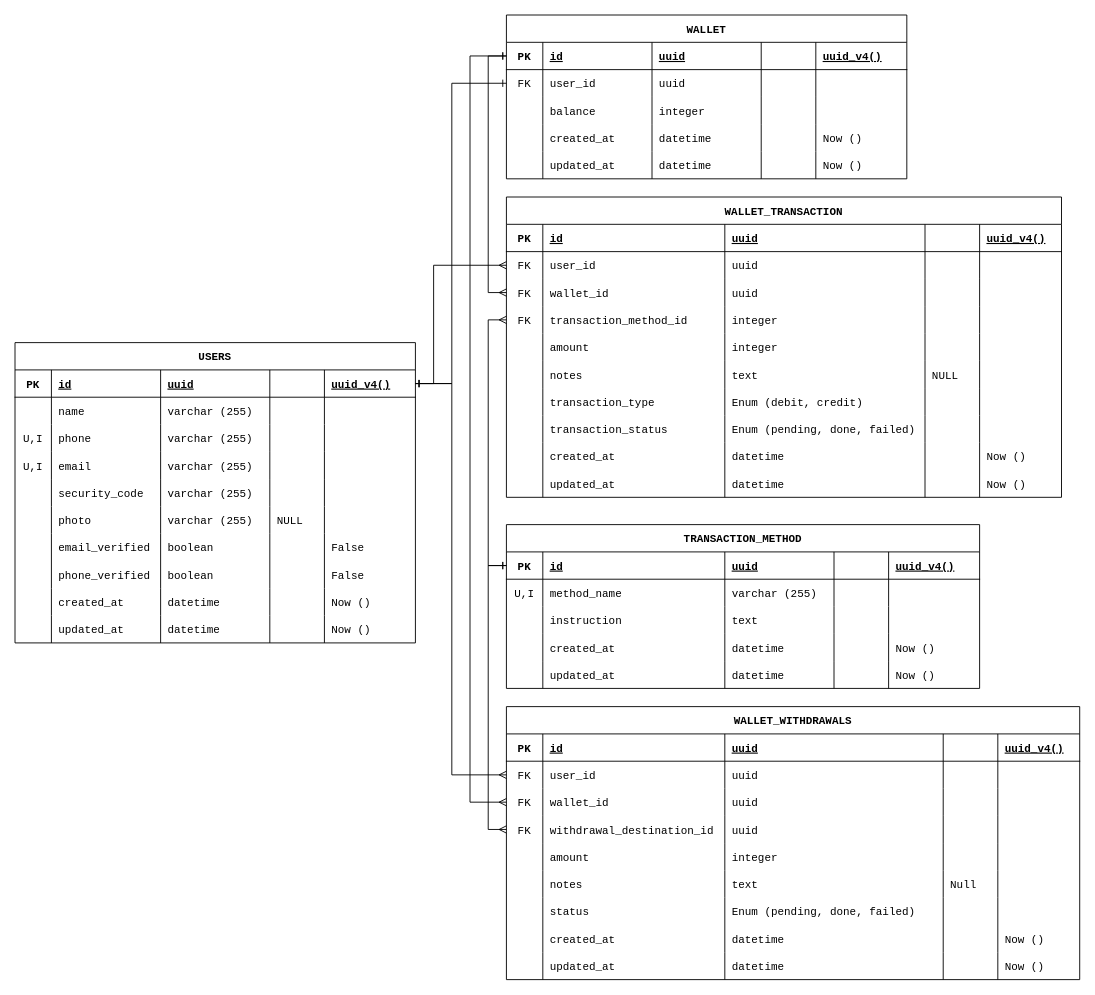
Above: requirements/Database ERD.drawio in foxxxesky/Final-Projects-Backend-OVO (draw.io), before the change. Source tidied: cells renumbered, new cells numbered last; positions are measured from the earlier drawing's top-left corner, leaving out a move shared by most shapes. Both pictures are drawn from the tidied source at 91%, with x=0, y=0 at pixel (15, 15).
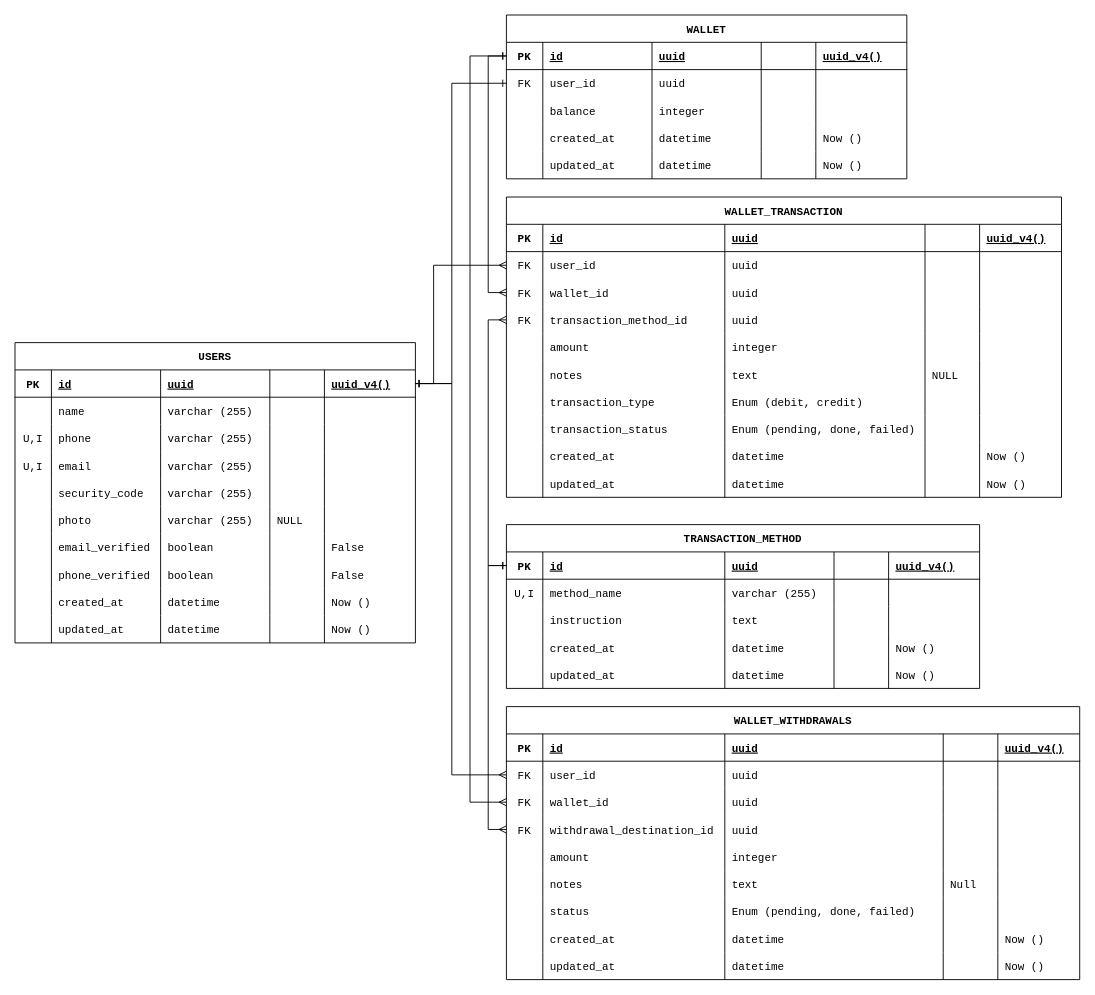
The same diagram, later.

The change refers to these unchanged cells:
```xml
<mxCell id="114" style="shape=tableRow;horizontal=0;startSize=0;swimlaneHead=0;swimlaneBody=0;fillColor=none;points=[[0,0.5],[1,0.5]];portConstraint=eastwest;top=0;left=0;right=0;bottom=0;fontFamily=Courier New;" parent="95" vertex="1">
  <mxGeometry y="120" width="610" height="30" as="geometry" />
</mxCell>
```

The edit, as a diff of the source:
```diff
@@
-    <mxCell id="117" value="integer" style="shape=partialRectangle;fillColor=none;top=0;left=0;bottom=0;right=0;align=left;spacingLeft=6;overflow=hidden;fontFamily=Courier New;" parent="114" vertex="1">
+    <mxCell id="117" value="uuid" style="shape=partialRectangle;fillColor=none;top=0;left=0;bottom=0;right=0;align=left;spacingLeft=6;overflow=hidden;fontFamily=Courier New;fontStyle=0;" parent="114" vertex="1">
       <mxGeometry x="240" width="220" height="30" as="geometry" />
     </mxCell>
```
